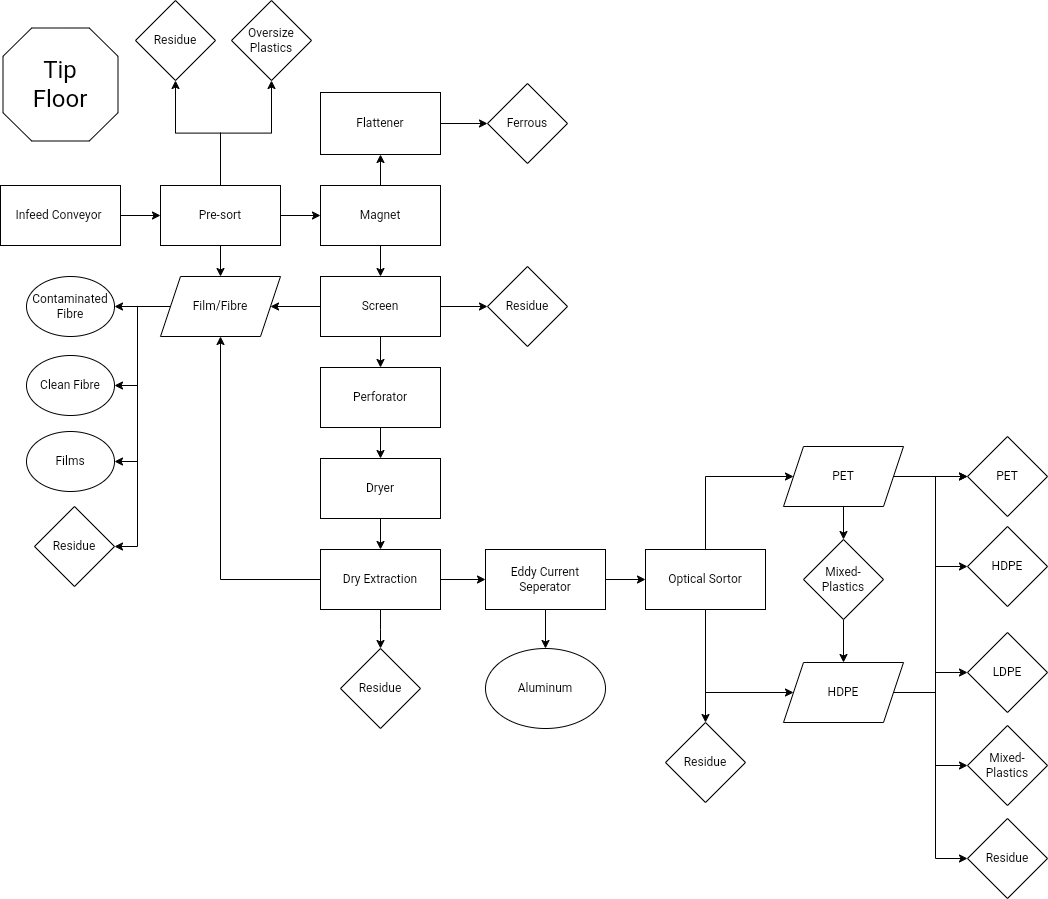
The draw.io diagram MRPD-14 Process Flow.drawio.png in melonIsland/markdown-portfolio, before a commit. Source tidied: cells renumbered, new cells last; positions are measured from the earlier drawing's top-left corner, leaving out a move shared by most shapes.
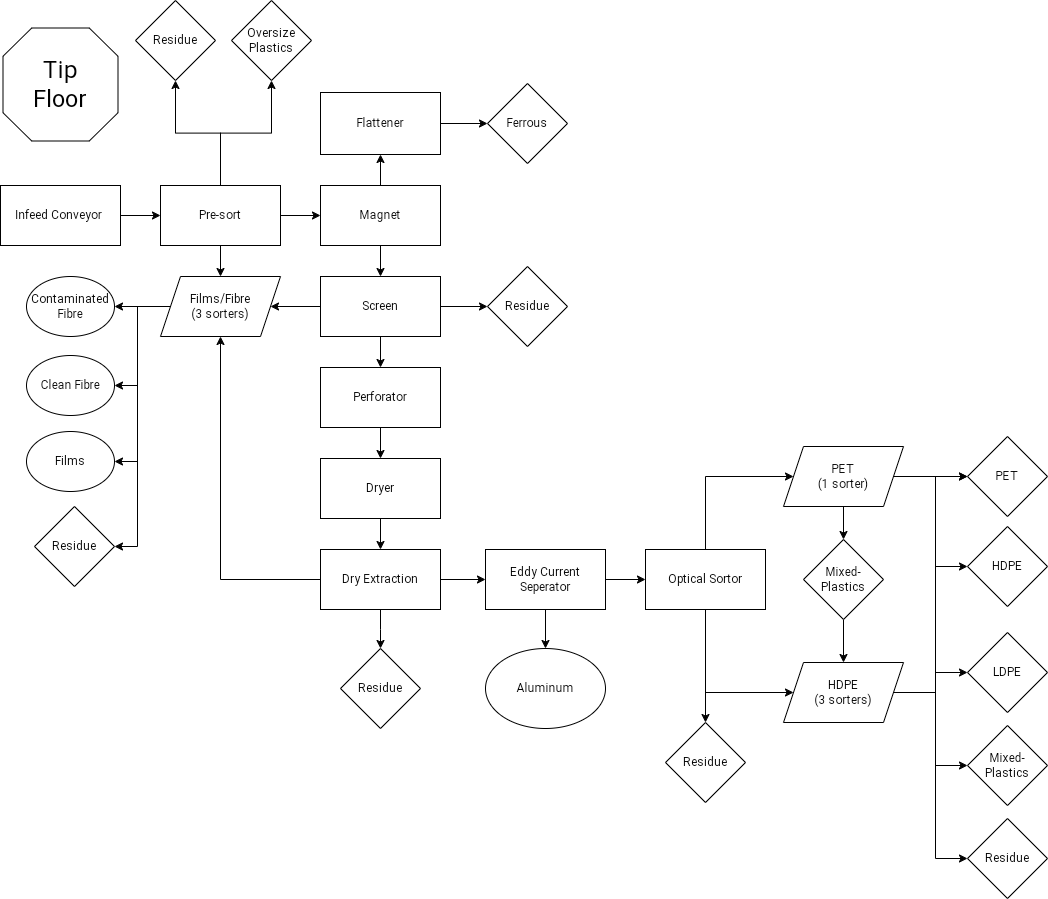
After the commit.

Change to the diagram source:
```diff
@@ -124,7 +124,7 @@
     <mxCell id="39" style="edgeStyle=orthogonalEdgeStyle;rounded=0;jettySize=auto;html=1;exitX=1;exitY=0.5;exitDx=0;exitDy=0;entryX=0;entryY=0.5;entryDx=0;entryDy=0;" parent="1" edge="1" source="40" target="52">
       <mxGeometry relative="1" as="geometry" />
     </mxCell>
-    <mxCell id="40" value="PET" style="shape=parallelogram;perimeter=parallelogramPerimeter;whiteSpace=wrap;html=1;fixedSize=1;" parent="1" vertex="1">
+    <mxCell id="40" value="PET&lt;br&gt;(1 sorter)" style="shape=parallelogram;perimeter=parallelogramPerimeter;whiteSpace=wrap;html=1;fixedSize=1;" parent="1" vertex="1">
       <mxGeometry x="783" y="446" width="120" height="60" as="geometry" />
     </mxCell>
     <mxCell id="41" style="edgeStyle=orthogonalEdgeStyle;rounded=0;jettySize=auto;html=1;exitX=1;exitY=0.5;exitDx=0;exitDy=0;entryX=0;entryY=0.5;entryDx=0;entryDy=0;" parent="1" edge="1" source="46" target="54">
@@ -142,7 +142,7 @@
     <mxCell id="45" style="edgeStyle=orthogonalEdgeStyle;rounded=0;jettySize=auto;html=1;entryX=0;entryY=0.5;entryDx=0;entryDy=0;" parent="1" edge="1" source="46" target="51">
       <mxGeometry relative="1" as="geometry" />
     </mxCell>
-    <mxCell id="46" value="HDPE" style="shape=parallelogram;perimeter=parallelogramPerimeter;whiteSpace=wrap;html=1;fixedSize=1;" parent="1" vertex="1">
+    <mxCell id="46" value="HDPE&lt;br&gt;(3 sorters)" style="shape=parallelogram;perimeter=parallelogramPerimeter;whiteSpace=wrap;html=1;fixedSize=1;" parent="1" vertex="1">
       <mxGeometry x="783" y="662" width="120" height="60" as="geometry" />
     </mxCell>
     <mxCell id="47" value="Residue" style="rhombus;whiteSpace=wrap;html=1;" parent="1" vertex="1">
@@ -190,7 +190,7 @@
     <mxCell id="61" style="edgeStyle=orthogonalEdgeStyle;rounded=0;jettySize=auto;html=1;entryX=1;entryY=0.5;entryDx=0;entryDy=0;" parent="1" edge="1" source="62" target="66">
       <mxGeometry relative="1" as="geometry" />
     </mxCell>
-    <mxCell id="62" value="Film/Fibre" style="shape=parallelogram;perimeter=parallelogramPerimeter;whiteSpace=wrap;html=1;fixedSize=1;" parent="1" vertex="1">
+    <mxCell id="62" value="Films/Fibre&lt;br&gt;(3 sorters)" style="shape=parallelogram;perimeter=parallelogramPerimeter;whiteSpace=wrap;html=1;fixedSize=1;" parent="1" vertex="1">
       <mxGeometry x="160" y="276" width="120" height="60" as="geometry" />
     </mxCell>
     <mxCell id="63" value="Contaminated Fibre" style="ellipse;whiteSpace=wrap;html=1;" parent="1" vertex="1">
```
